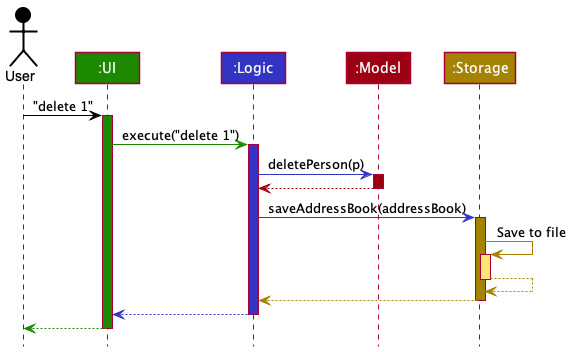
The PlantUML diagram docs/diagrams/ArchitectureSequenceDiagram.png in yu-ming-chen/tp, before a commit. Source of this version:
```plantuml
@startuml
!include style.puml

Actor User as user USER_COLOR
Participant ":UI" as ui UI_COLOR
Participant ":Logic" as logic LOGIC_COLOR
Participant ":Model" as model MODEL_COLOR
Participant ":Storage" as storage STORAGE_COLOR

user -[USER_COLOR]> ui : "delete 1"
activate ui UI_COLOR

ui -[UI_COLOR]> logic : execute("delete 1")
activate logic LOGIC_COLOR

logic -[LOGIC_COLOR]> model : deletePerson(p)
activate model MODEL_COLOR

model -[MODEL_COLOR]-> logic
deactivate model

logic -[LOGIC_COLOR]> storage : saveAddressBook(addressBook)
activate storage STORAGE_COLOR

storage -[STORAGE_COLOR]> storage : Save to file
activate storage STORAGE_COLOR_T1
storage --[STORAGE_COLOR]> storage
deactivate storage

storage --[STORAGE_COLOR]> logic
deactivate storage

logic --[LOGIC_COLOR]> ui
deactivate logic

ui--[UI_COLOR]> user
deactivate ui
@enduml
```
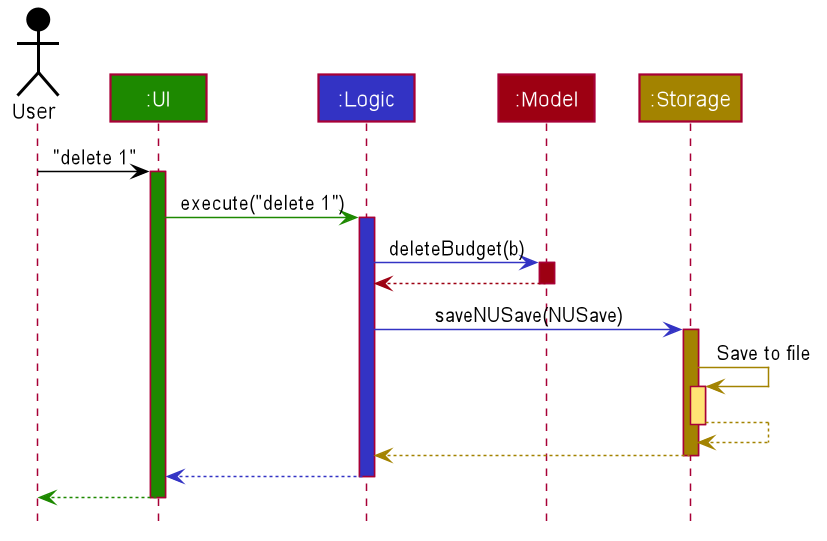
The same file after the commit.

Diff of the diagram source:
```diff
@@ -1,38 +1,90 @@
 @startuml
-!include style.puml
 
-Actor User as user USER_COLOR
-Participant ":UI" as ui UI_COLOR
-Participant ":Logic" as logic LOGIC_COLOR
-Participant ":Model" as model MODEL_COLOR
-Participant ":Storage" as storage STORAGE_COLOR
 
-user -[USER_COLOR]> ui : "delete 1"
-activate ui UI_COLOR
 
-ui -[UI_COLOR]> logic : execute("delete 1")
-activate logic LOGIC_COLOR
 
-logic -[LOGIC_COLOR]> model : deletePerson(p)
-activate model MODEL_COLOR
 
-model -[MODEL_COLOR]-> logic
+
+
+
+
+skinparam BackgroundColor #FFFFFFF
+
+skinparam Shadowing false
+
+skinparam Class {
+    FontColor #FFFFFF
+    BorderThickness 1
+    BorderColor #FFFFFF
+    StereotypeFontColor #FFFFFF
+    FontName Arial
+}
+
+skinparam Actor {
+    BorderColor #000000
+    Color #000000
+    FontName Arial
+}
+
+skinparam Sequence {
+    MessageAlign center
+    BoxFontSize 15
+    BoxPadding 0
+    BoxFontColor #FFFFFF
+    FontName Arial
+}
+
+skinparam Participant {
+    FontColor #FFFFFFF
+    Padding 20
+}
+
+skinparam classAttributeIconSize 0
+
+skinparam MinClassWidth 50
+skinparam ParticipantPadding 10
+skinparam Shadowing false
+skinparam DefaultTextAlignment center
+skinparam packageStyle Rectangle
+
+hide footbox
+
+hide empty members
+
+hide circle
+
+Actor User as user #000000
+Participant ":UI" as ui #1D8900
+Participant ":Logic" as logic #3333C4
+Participant ":Model" as model #9D0012
+Participant ":Storage" as storage #A38300
+
+user -[#000000]> ui : "delete 1"
+activate ui #1D8900
+
+ui -[#1D8900]> logic : execute("delete 1")
+activate logic #3333C4
+
+logic -[#3333C4]> model : deleteBudget(b)
+activate model #9D0012
+
+model -[#9D0012]-> logic
 deactivate model
 
-logic -[LOGIC_COLOR]> storage : saveAddressBook(addressBook)
-activate storage STORAGE_COLOR
+logic -[#3333C4]> storage : saveNUSave(NUSave)
+activate storage #A38300
 
-storage -[STORAGE_COLOR]> storage : Save to file
-activate storage STORAGE_COLOR_T1
-storage --[STORAGE_COLOR]> storage
+storage -[#A38300]> storage : Save to file
+activate storage #FFE374
+storage --[#A38300]> storage
 deactivate storage
 
-storage --[STORAGE_COLOR]> logic
+storage --[#A38300]> logic
 deactivate storage
 
-logic --[LOGIC_COLOR]> ui
+logic --[#3333C4]> ui
 deactivate logic
 
-ui--[UI_COLOR]> user
+ui--[#1D8900]> user
 deactivate ui
 @enduml
```
